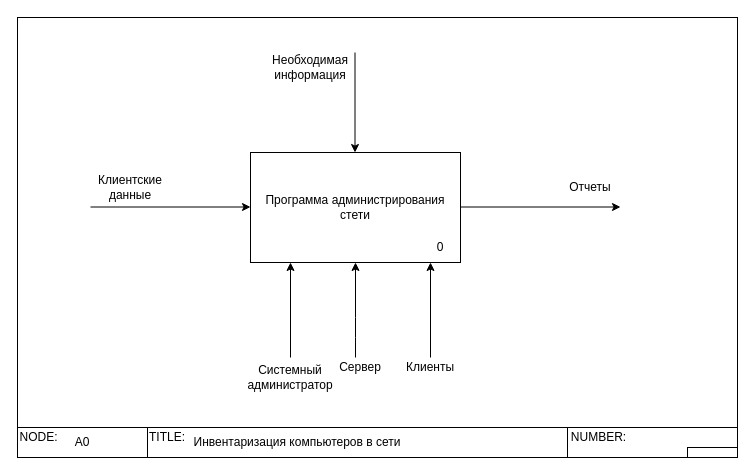
The draw.io diagram Контекстная диаграмма "Программа администрирования сети".drawio in OhotnikovV/AvIS, before the edit. Source tidied: cells renumbered, new cells numbered last; positions are measured from the earlier drawing's top-left corner, leaving out a move shared by most shapes. Both pictures are drawn from the tidied source at 100%, with x=0, y=0 at pixel (17, 17).
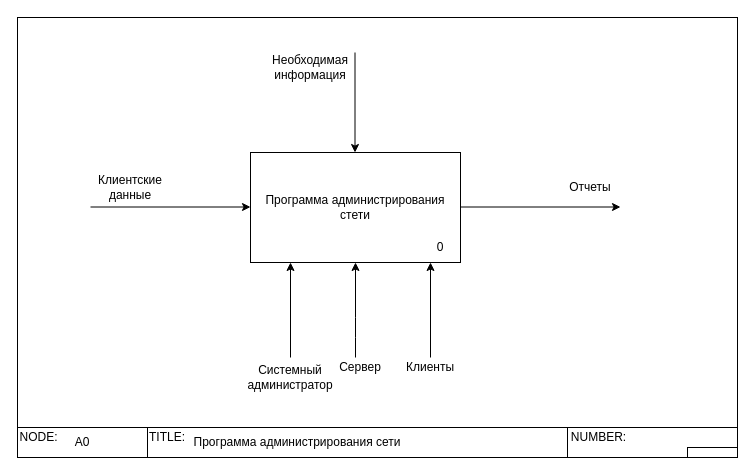
Above is the later version.

Commit message:
Обновлена титла

Change to the diagram source:
```diff
@@
-    <mxCell id="25" value="Инвентаризация компьютеров в сети" style="text;html=1;strokeColor=none;fillColor=none;align=center;verticalAlign=middle;whiteSpace=wrap;rounded=0;shadow=0;" parent="1" vertex="1">
+    <mxCell id="25" value="Программа администрирования сети" style="text;html=1;strokeColor=none;fillColor=none;align=center;verticalAlign=middle;whiteSpace=wrap;rounded=0;shadow=0;" parent="1" vertex="1">
       <mxGeometry x="170" y="415" width="220" height="20" as="geometry" />
     </mxCell>
```
